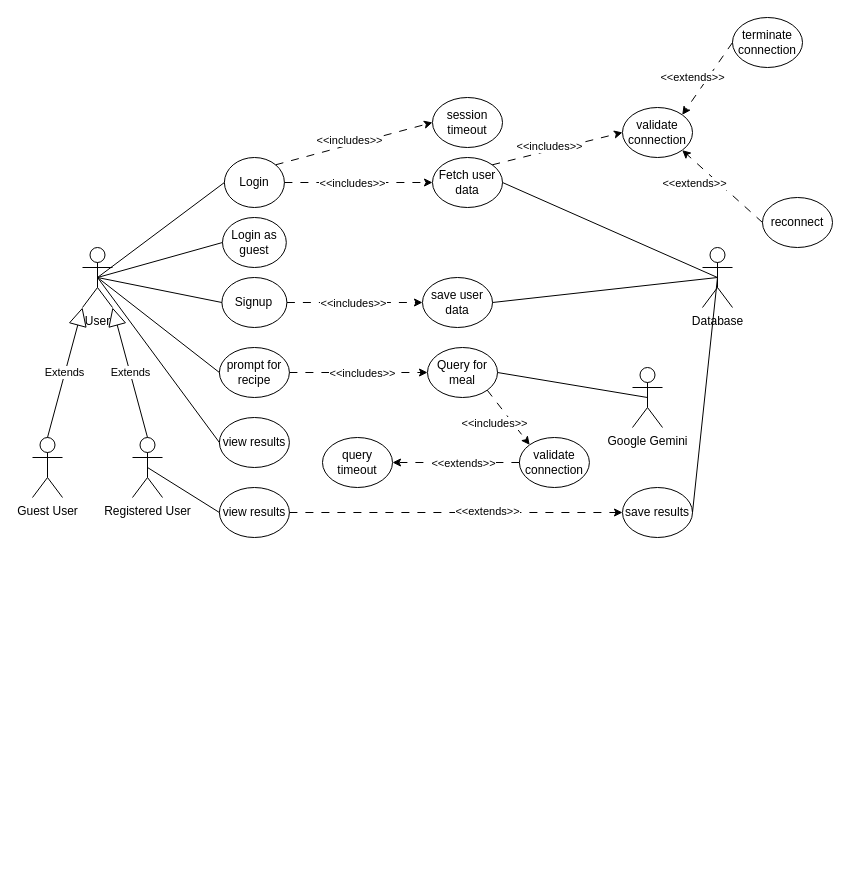
This is diagrams/project_usecase_diagram.drawio from Mark-Guerta/SENG401_project_group14_L01, a draw.io file, before an edit. Source tidied: cells renumbered, new cells numbered last; positions are measured from the earlier drawing's top-left corner, leaving out a move shared by most shapes. Both pictures are drawn from the tidied source at 100%, with x=0, y=0 at pixel (32, 17).
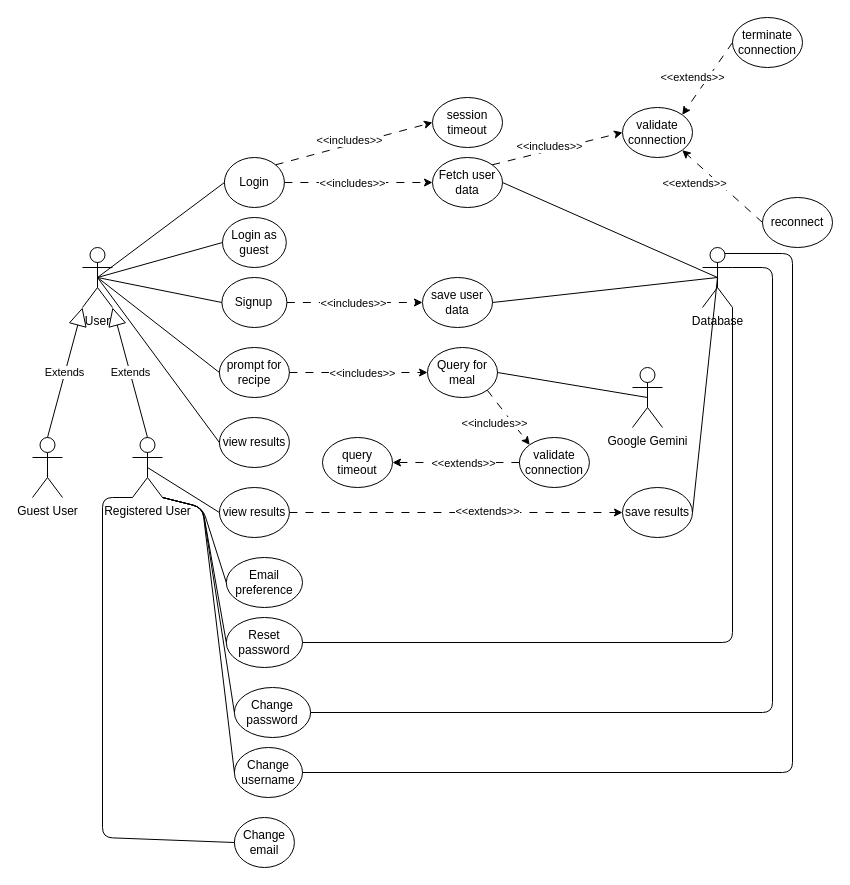
The same page after the edit.

Commit message:
completed usecase diagram

Unchanged cells that the change refers to:
```xml
<mxCell id="3" value="Registered User" style="shape=umlActor;verticalLabelPosition=bottom;verticalAlign=top;html=1;outlineConnect=0;" parent="1" vertex="1">
  <mxGeometry x="100" y="420" width="30" height="60" as="geometry" />
</mxCell>
<mxCell id="4" value="Database" style="shape=umlActor;verticalLabelPosition=bottom;verticalAlign=top;html=1;outlineConnect=0;" parent="1" vertex="1">
  <mxGeometry x="670" y="230" width="30" height="60" as="geometry" />
</mxCell>
```

What changed in the source:
```diff
@@
+    <mxCell id="55" value="Change email" style="ellipse;whiteSpace=wrap;html=1;" parent="1" vertex="1">
+      <mxGeometry x="201.9" y="800" width="60" height="50" as="geometry" />
+    </mxCell>
+    <mxCell id="56" value="Email preference" style="ellipse;whiteSpace=wrap;html=1;" parent="1" vertex="1">
+      <mxGeometry x="193.8" y="540" width="76.2" height="50" as="geometry" />
+    </mxCell>
+    <mxCell id="57" value="Reset password" style="ellipse;whiteSpace=wrap;html=1;" parent="1" vertex="1">
+      <mxGeometry x="193.8" y="600" width="76.2" height="50" as="geometry" />
+    </mxCell>
+    <mxCell id="58" value="Change password" style="ellipse;whiteSpace=wrap;html=1;" parent="1" vertex="1">
+      <mxGeometry x="201.9" y="670" width="76.2" height="50" as="geometry" />
+    </mxCell>
+    <mxCell id="59" value="Change username" style="ellipse;whiteSpace=wrap;html=1;" parent="1" vertex="1">
+      <mxGeometry x="201.9" y="730" width="68.1" height="50" as="geometry" />
+    </mxCell>
+    <mxCell id="60" style="endArrow=none;html=1;exitX=1;exitY=1;exitDx=0;exitDy=0;exitPerimeter=0;entryX=0;entryY=0.5;entryDx=0;entryDy=0;" parent="1" edge="1" source="3" target="56">
+      <mxGeometry relative="1" as="geometry">
+        <Array as="points">
+          <mxPoint x="170" y="490" />
+        </Array>
+      </mxGeometry>
+    </mxCell>
+    <mxCell id="61" style="endArrow=none;html=1;exitX=1;exitY=1;exitDx=0;exitDy=0;exitPerimeter=0;entryX=0;entryY=0.5;entryDx=0;entryDy=0;" parent="1" edge="1" source="3" target="57">
+      <mxGeometry relative="1" as="geometry">
+        <Array as="points">
+          <mxPoint x="170" y="490" />
+        </Array>
+      </mxGeometry>
+    </mxCell>
+    <mxCell id="62" style="endArrow=none;html=1;exitX=1;exitY=1;exitDx=0;exitDy=0;exitPerimeter=0;entryX=0;entryY=0.5;entryDx=0;entryDy=0;" parent="1" edge="1" source="3" target="58">
+      <mxGeometry relative="1" as="geometry">
+        <Array as="points">
+          <mxPoint x="170" y="490" />
+        </Array>
+      </mxGeometry>
+    </mxCell>
+    <mxCell id="63" style="endArrow=none;html=1;exitX=1;exitY=1;exitDx=0;exitDy=0;exitPerimeter=0;entryX=0;entryY=0.5;entryDx=0;entryDy=0;" parent="1" edge="1" source="3" target="59">
+      <mxGeometry relative="1" as="geometry">
+        <Array as="points">
+          <mxPoint x="170" y="490" />
+        </Array>
+      </mxGeometry>
+    </mxCell>
+    <mxCell id="64" style="endArrow=none;html=1;exitX=0;exitY=1;exitDx=0;exitDy=0;exitPerimeter=0;entryX=0;entryY=0.5;entryDx=0;entryDy=0;" parent="1" edge="1" source="3" target="55">
+      <mxGeometry relative="1" as="geometry">
+        <Array as="points">
+          <mxPoint x="70" y="480" />
+          <mxPoint x="70" y="820" />
+        </Array>
+      </mxGeometry>
+    </mxCell>
+    <mxCell id="65" style="endArrow=none;html=1;exitX=1;exitY=0.5;exitDx=0;exitDy=0;entryX=1;entryY=1;entryDx=0;entryDy=0;entryPerimeter=0;edgeStyle=orthogonalEdgeStyle;" parent="1" edge="1" source="57" target="4">
+      <mxGeometry relative="1" as="geometry" />
+    </mxCell>
+    <mxCell id="66" style="endArrow=none;html=1;exitX=1;exitY=0.5;exitDx=0;exitDy=0;edgeStyle=orthogonalEdgeStyle;entryX=1;entryY=0.3333333333333333;entryDx=0;entryDy=0;entryPerimeter=0;" parent="1" edge="1" source="58" target="4">
+      <mxGeometry relative="1" as="geometry">
+        <Array as="points">
+          <mxPoint x="740" y="695" />
+          <mxPoint x="740" y="250" />
+        </Array>
+      </mxGeometry>
+    </mxCell>
+    <mxCell id="67" style="endArrow=none;html=1;exitX=1;exitY=0.5;exitDx=0;exitDy=0;edgeStyle=orthogonalEdgeStyle;entryX=0.75;entryY=0.1;entryDx=0;entryDy=0;entryPerimeter=0;" parent="1" edge="1" source="59" target="4">
+      <mxGeometry relative="1" as="geometry">
+        <Array as="points">
+          <mxPoint x="760" y="755" />
+          <mxPoint x="760" y="236" />
+        </Array>
+      </mxGeometry>
+    </mxCell>
```
